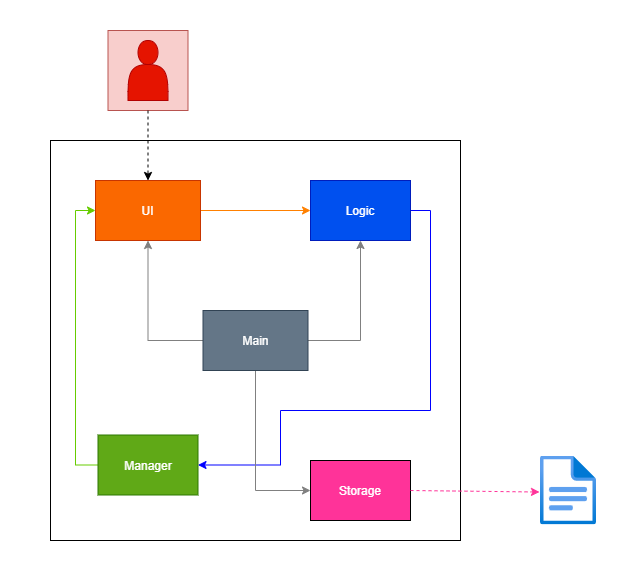
The draw.io diagram UMLdiagrams/ArchitectureDiagrams/ArchitectureDiagram.drawio.png in thaddyyz/tp, before a commit. Source tidied: cells renumbered, new cells last; positions are measured from the earlier drawing's top-left corner, leaving out a move shared by most shapes.
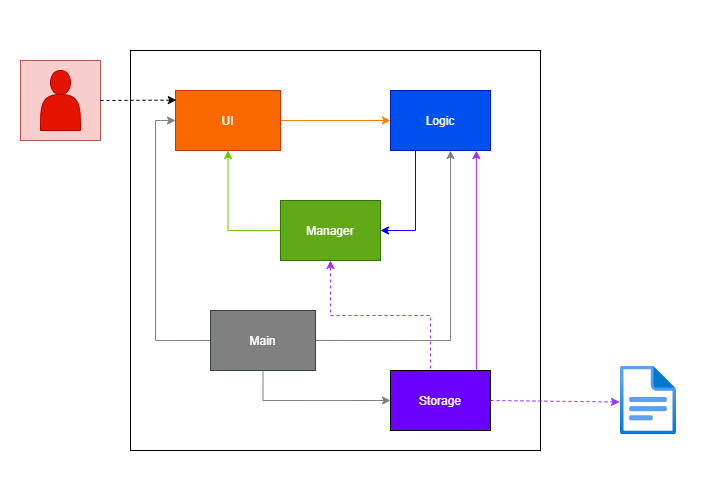
The same diagram one commit later.

Commit message:
Update architecture diagram

The edit, as a diff of the source:
```diff
@@ -3,18 +3,15 @@
     <mxCell id="0" />
     <mxCell id="1" parent="0" />
     <mxCell id="2" style="rounded=0;whiteSpace=wrap;html=1;fontColor=#FFFFFF;fillColor=#FFFFFF;strokeColor=none;" parent="1" vertex="1">
-      <mxGeometry width="630" height="580" as="geometry" />
+      <mxGeometry x="-80" y="90" width="710" height="490" as="geometry" />
     </mxCell>
     <mxCell id="3" style="rounded=0;whiteSpace=wrap;html=1;" parent="1" vertex="1">
       <mxGeometry x="50" y="140" width="410" height="400" as="geometry" />
     </mxCell>
-    <mxCell id="4" style="edgeStyle=orthogonalEdgeStyle;rounded=0;jettySize=auto;html=1;exitX=1;exitY=0.5;exitDx=0;exitDy=0;entryX=1;entryY=0.5;entryDx=0;entryDy=0;fontColor=#FFFFFF;strokeColor=#0000FF;" parent="1" edge="1" source="5" target="10">
+    <mxCell id="4" style="edgeStyle=orthogonalEdgeStyle;rounded=0;jettySize=auto;html=1;exitX=0.25;exitY=1;exitDx=0;exitDy=0;fontColor=#FFFFFF;strokeColor=#0000FF;entryX=1;entryY=0.5;entryDx=0;entryDy=0;" parent="1" edge="1" source="5" target="10">
       <mxGeometry relative="1" as="geometry">
         <Array as="points">
-          <mxPoint x="430" y="210" />
-          <mxPoint x="430" y="410" />
-          <mxPoint x="280" y="410" />
-          <mxPoint x="280" y="464" />
+          <mxPoint x="335" y="320" />
         </Array>
       </mxGeometry>
     </mxCell>
@@ -30,14 +27,14 @@
     <mxCell id="8" value="UI" style="rounded=0;whiteSpace=wrap;html=1;fillColor=#fa6800;fontColor=#FFFFFF;strokeColor=#C73500;" parent="1" vertex="1">
       <mxGeometry x="95" y="180" width="105" height="60" as="geometry" />
     </mxCell>
-    <mxCell id="9" style="edgeStyle=orthogonalEdgeStyle;rounded=0;jettySize=auto;html=1;exitX=0;exitY=0.5;exitDx=0;exitDy=0;entryX=0;entryY=0.5;entryDx=0;entryDy=0;fontColor=#FFFFFF;strokeColor=#66CC00;" parent="1" edge="1" source="10" target="8">
+    <mxCell id="9" style="edgeStyle=orthogonalEdgeStyle;rounded=0;jettySize=auto;html=1;exitX=0;exitY=0.5;exitDx=0;exitDy=0;entryX=0.5;entryY=1;entryDx=0;entryDy=0;fontColor=#FFFFFF;strokeColor=#66CC00;" parent="1" edge="1" source="10" target="8">
       <mxGeometry relative="1" as="geometry" />
     </mxCell>
     <mxCell id="10" value="Manager" style="rounded=0;whiteSpace=wrap;html=1;fillColor=#60a917;fontColor=#ffffff;strokeColor=#2D7600;" parent="1" vertex="1">
-      <mxGeometry x="97.5" y="434.5" width="100" height="60" as="geometry" />
+      <mxGeometry x="200" y="290" width="100" height="60" as="geometry" />
     </mxCell>
     <mxCell id="11" style="group;" parent="1" vertex="1">
-      <mxGeometry x="107.5" y="30" width="80" height="80" as="geometry" />
+      <mxGeometry x="-60" y="150" width="80" height="80" as="geometry" />
     </mxCell>
     <mxCell id="12" style="rounded=0;whiteSpace=wrap;html=1;fillColor=#f8cecc;strokeColor=#b85450;" parent="11" vertex="1">
       <mxGeometry width="80" height="80" as="geometry" />
@@ -45,28 +42,51 @@
     <mxCell id="13" style="shape=actor;whiteSpace=wrap;html=1;fillColor=#e51400;fontColor=#ffffff;strokeColor=#B20000;" parent="11" vertex="1">
       <mxGeometry x="20" y="10" width="40" height="60" as="geometry" />
     </mxCell>
-    <mxCell id="14" style="edgeStyle=orthogonalEdgeStyle;rounded=0;jettySize=auto;html=1;exitX=1;exitY=0.5;exitDx=0;exitDy=0;entryX=0.5;entryY=1;entryDx=0;entryDy=0;fontColor=#FFFFFF;strokeColor=#808080;" parent="1" edge="1" source="17" target="5">
-      <mxGeometry relative="1" as="geometry" />
+    <mxCell id="14" style="edgeStyle=orthogonalEdgeStyle;rounded=0;jettySize=auto;html=1;exitX=1;exitY=0.5;exitDx=0;exitDy=0;fontColor=#FFFFFF;strokeColor=#808080;" parent="1" edge="1" source="17">
+      <mxGeometry relative="1" as="geometry">
+        <mxPoint x="370" y="240" as="targetPoint" />
+        <Array as="points">
+          <mxPoint x="370" y="430" />
+          <mxPoint x="370" y="240" />
+        </Array>
+      </mxGeometry>
     </mxCell>
-    <mxCell id="15" style="edgeStyle=orthogonalEdgeStyle;rounded=0;jettySize=auto;html=1;exitX=0;exitY=0.5;exitDx=0;exitDy=0;entryX=0.5;entryY=1;entryDx=0;entryDy=0;fontColor=#FFFFFF;strokeColor=#808080;" parent="1" edge="1" source="17" target="8">
+    <mxCell id="15" style="edgeStyle=orthogonalEdgeStyle;rounded=0;jettySize=auto;html=1;exitX=0;exitY=0.5;exitDx=0;exitDy=0;entryX=0;entryY=0.5;entryDx=0;entryDy=0;fontColor=#FFFFFF;strokeColor=#808080;" parent="1" edge="1" source="17" target="8">
       <mxGeometry relative="1" as="geometry" />
     </mxCell>
     <mxCell id="16" style="edgeStyle=orthogonalEdgeStyle;rounded=0;jettySize=auto;html=1;exitX=0.5;exitY=1;exitDx=0;exitDy=0;entryX=0;entryY=0.5;entryDx=0;entryDy=0;fontColor=#FFFFFF;strokeColor=#808080;" parent="1" edge="1" source="17" target="19">
       <mxGeometry relative="1" as="geometry" />
     </mxCell>
-    <mxCell id="17" value="Main" style="rounded=0;whiteSpace=wrap;html=1;fontColor=#ffffff;fillColor=#647687;strokeColor=#314354;" parent="1" vertex="1">
-      <mxGeometry x="202.5" y="310" width="105" height="60" as="geometry" />
+    <mxCell id="17" value="Main" style="rounded=0;whiteSpace=wrap;html=1;fontColor=#ffffff;fillColor=#808080;strokeColor=#314354;" parent="1" vertex="1">
+      <mxGeometry x="130" y="400" width="105" height="60" as="geometry" />
     </mxCell>
     <mxCell id="18" style="html=1;points=[];align=center;image;fontSize=12;image=img/lib/azure2/general/File.svg;" parent="1" vertex="1">
       <mxGeometry x="540" y="455.5" width="56" height="69" as="geometry" />
     </mxCell>
+    <mxCell id="22" style="edgeStyle=orthogonalEdgeStyle;rounded=0;jettySize=auto;html=1;exitX=0.5;exitY=0;exitDx=0;exitDy=0;entryX=0.5;entryY=1;entryDx=0;entryDy=0;dashed=1;strokeColor=#9933FF;" parent="1" edge="1" source="19" target="10">
+      <mxGeometry relative="1" as="geometry">
+        <Array as="points">
+          <mxPoint x="350" y="460" />
+          <mxPoint x="350" y="405" />
+          <mxPoint x="250" y="405" />
+        </Array>
+      </mxGeometry>
+    </mxCell>
+    <mxCell id="23" style="edgeStyle=orthogonalEdgeStyle;rounded=0;jettySize=auto;html=1;exitX=0.88;exitY=0.013;exitDx=0;exitDy=0;entryX=0.859;entryY=1.002;entryDx=0;entryDy=0;strokeColor=#9933FF;entryPerimeter=0;exitPerimeter=0;" parent="1" edge="1" source="19" target="5">
+      <mxGeometry relative="1" as="geometry">
+        <Array as="points">
+          <mxPoint x="398" y="475" />
+          <mxPoint x="396" y="475" />
+        </Array>
+      </mxGeometry>
+    </mxCell>
-    <mxCell id="19" value="&lt;font color=&quot;#ffffff&quot;&gt;Storage&lt;/font&gt;" style="rounded=0;whiteSpace=wrap;html=1;fillColor=#FF3399;" parent="1" vertex="1">
+    <mxCell id="19" value="&lt;font color=&quot;#ffffff&quot;&gt;Storage&lt;/font&gt;" style="rounded=0;whiteSpace=wrap;html=1;fillColor=#6A00FF;" parent="1" vertex="1">
       <mxGeometry x="310" y="460" width="100" height="60" as="geometry" />
     </mxCell>
-    <mxCell id="20" style="endArrow=classic;html=1;rounded=0;fontColor=#FFFFFF;entryX=-0.018;entryY=0.522;entryDx=0;entryDy=0;entryPerimeter=0;exitX=1;exitY=0.5;exitDx=0;exitDy=0;dashed=1;strokeColor=#FF3399;" parent="1" edge="1" source="19" target="18">
+    <mxCell id="20" style="endArrow=classic;html=1;rounded=0;fontColor=#FFFFFF;entryX=-0.018;entryY=0.522;entryDx=0;entryDy=0;entryPerimeter=0;exitX=1;exitY=0.5;exitDx=0;exitDy=0;dashed=1;strokeColor=#9933FF;" parent="1" edge="1" source="19" target="18">
       <mxGeometry relative="1" as="geometry" />
     </mxCell>
-    <mxCell id="21" style="endArrow=classic;html=1;rounded=0;fontColor=#FFFFFF;entryX=0.5;entryY=0;entryDx=0;entryDy=0;exitX=0.5;exitY=1;exitDx=0;exitDy=0;dashed=1;" parent="1" edge="1" source="12" target="8">
+    <mxCell id="21" style="endArrow=classic;html=1;rounded=0;fontColor=#FFFFFF;exitX=1;exitY=0.5;exitDx=0;exitDy=0;dashed=1;entryX=0.008;entryY=0.16;entryDx=0;entryDy=0;entryPerimeter=0;" parent="1" edge="1" source="12" target="8">
       <mxGeometry relative="1" as="geometry" />
     </mxCell>
   </root>
```
